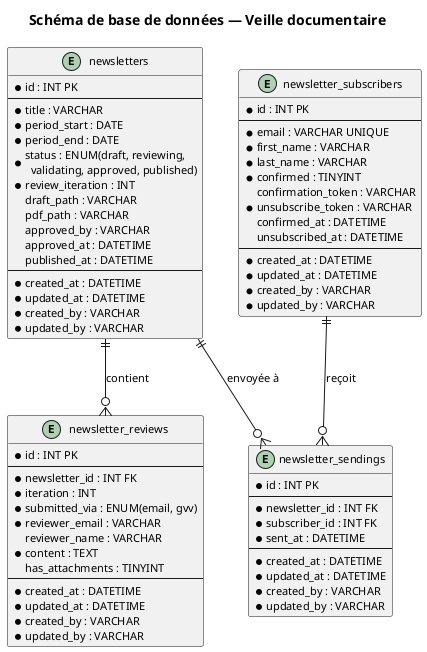
Above: doc/design_notes/diagrams/veille_schema.png in flub78/gvv (PlantUML), before the change. Its source is kept beside it as doc/design_notes/diagrams/veille_schema.puml.
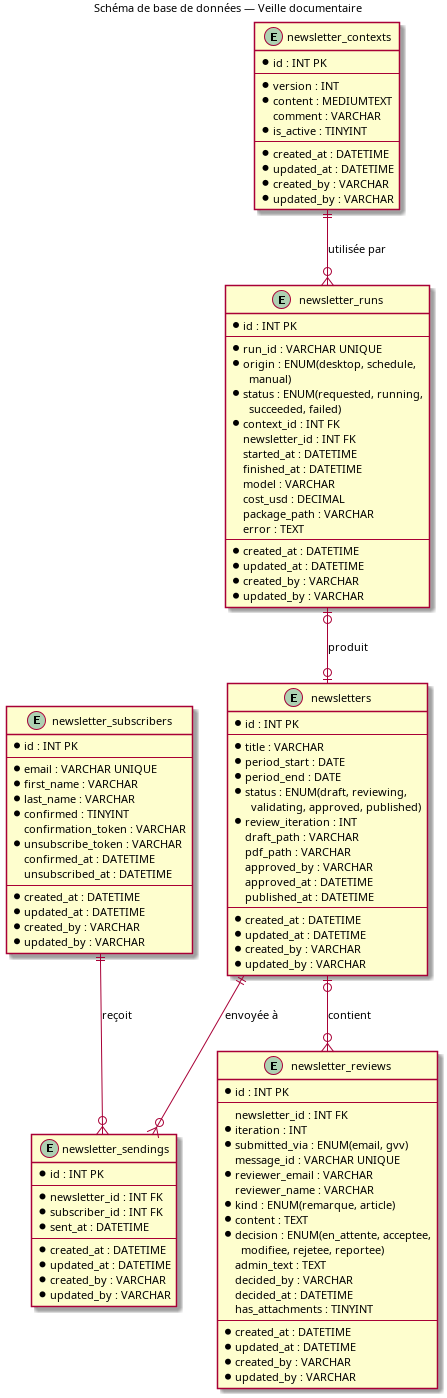
After the change.

Commit message:
Veille : agent sur le serveur piloté par GVV, cycle de relecture admin

The edit, as a diff of the source:
```diff
@@ -27,12 +27,18 @@
 entity newsletter_reviews {
   * id : INT PK
   --
-  * newsletter_id : INT FK
+  newsletter_id : INT FK
   * iteration : INT
   * submitted_via : ENUM(email, gvv)
+  message_id : VARCHAR UNIQUE
   * reviewer_email : VARCHAR
   reviewer_name : VARCHAR
+  * kind : ENUM(remarque, article)
   * content : TEXT
+  * decision : ENUM(en_attente, acceptee,\n  modifiee, rejetee, reportee)
+  admin_text : TEXT
+  decided_by : VARCHAR
+  decided_at : DATETIME
   has_attachments : TINYINT
   --
   * created_at : DATETIME
@@ -72,8 +78,46 @@
   * updated_by : VARCHAR
 }
 
-newsletters ||--o{ newsletter_reviews : contient
+entity newsletter_contexts {
+  * id : INT PK
+  --
+  * version : INT
+  * content : MEDIUMTEXT
+  comment : VARCHAR
+  * is_active : TINYINT
+  --
+  * created_at : DATETIME
+  * updated_at : DATETIME
+  * created_by : VARCHAR
+  * updated_by : VARCHAR
+}
+
+entity newsletter_runs {
+  * id : INT PK
+  --
+  * run_id : VARCHAR UNIQUE
+  * origin : ENUM(desktop, schedule,\n  manual)
+  * status : ENUM(requested, running,\n  succeeded, failed)
+  * context_id : INT FK
+  newsletter_id : INT FK
+  started_at : DATETIME
+  finished_at : DATETIME
+  model : VARCHAR
+  cost_usd : DECIMAL
+  package_path : VARCHAR
+  error : TEXT
+  --
+  * created_at : DATETIME
+  * updated_at : DATETIME
+  * created_by : VARCHAR
+  * updated_by : VARCHAR
+}
+
+newsletters |o--o{ newsletter_reviews : contient
 newsletters ||--o{ newsletter_sendings : envoyée à
 newsletter_subscribers ||--o{ newsletter_sendings : reçoit
 
+newsletter_contexts ||--o{ newsletter_runs : utilisée par
+newsletter_runs |o--o| newsletters : produit
+
 @enduml
```
